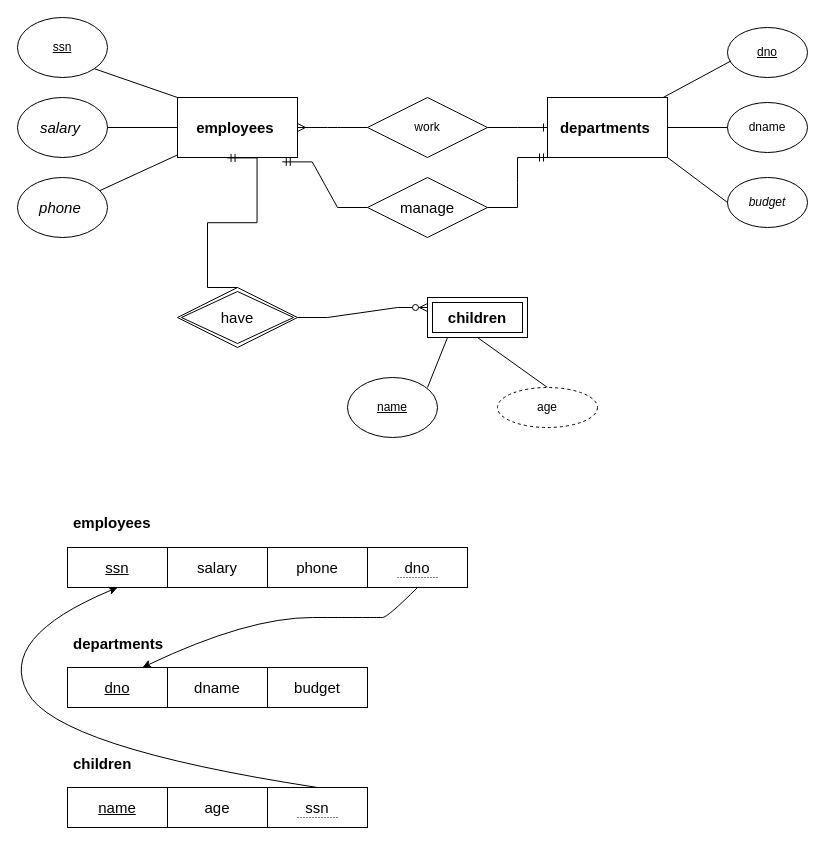
Before: page "ex1" (1 of 2) of Biểu đồ không có tiêu đề.drawio in giangcoiphp/covid19, a draw.io diagram. Source tidied: cells renumbered, new cells numbered last; positions are measured from the earlier drawing's top-left corner, leaving out a move shared by most shapes. Both pictures are drawn from the tidied source at 100%, with x=0, y=0 at pixel (-3, 17).
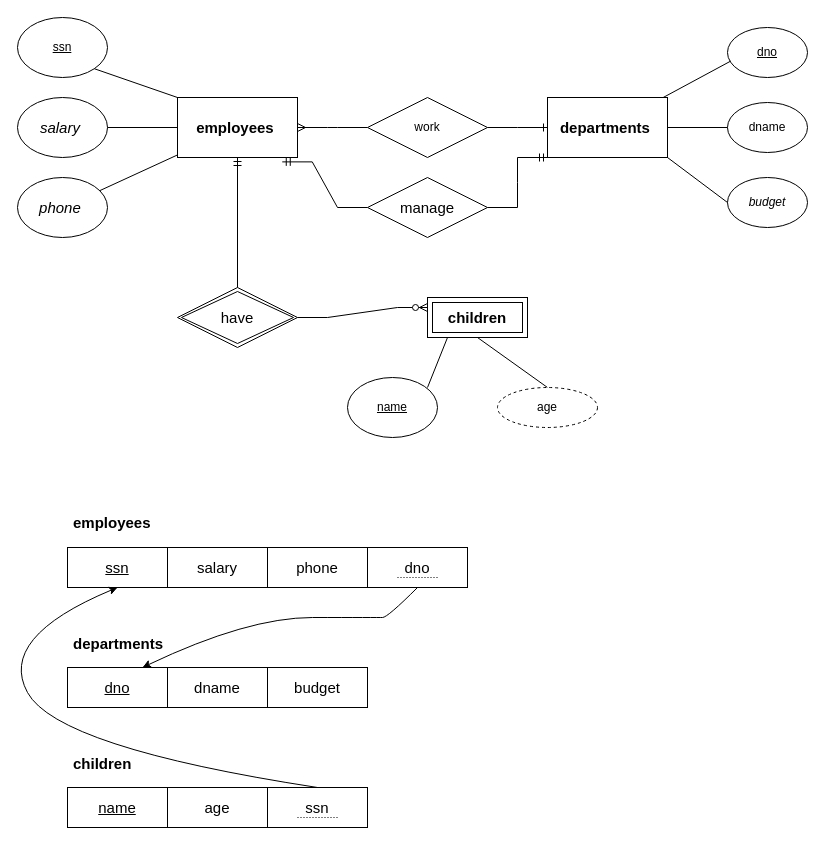
Above is the later version.

Commit message:
Cập nhật Biểu đồ không có tiêu đề.drawio

The change refers to these unchanged cells:
```xml
<mxCell id="2" value="&lt;span style=&quot;box-sizing: inherit; font-weight: 700; font-family: Muli, sans-serif; font-size: 15px; text-align: justify; background-color: rgb(255, 255, 255);&quot;&gt;employees&lt;/span&gt;&lt;span style=&quot;font-family: Muli, sans-serif; font-size: 15px; text-align: justify; background-color: rgb(255, 255, 255);&quot;&gt;&amp;nbsp;&lt;/span&gt;" style="rounded=0;whiteSpace=wrap;html=1;" parent="1" vertex="1">
  <mxGeometry x="180" y="80" width="120" height="60" as="geometry" />
</mxCell>
<mxCell id="25" value="have" style="shape=rhombus;double=1;perimeter=rhombusPerimeter;whiteSpace=wrap;html=1;align=center;fontSize=15;" parent="1" vertex="1">
  <mxGeometry x="180" y="270" width="120" height="60" as="geometry" />
</mxCell>
```

Diff of the diagram source:
```diff
@@
-    <mxCell id="26" style="edgeStyle=entityRelationEdgeStyle;fontSize=12;html=1;endArrow=ERmandOne;rounded=0;exitX=0.5;exitY=0;exitDx=0;exitDy=0;entryX=0.413;entryY=1.007;entryDx=0;entryDy=0;entryPerimeter=0;" parent="1" edge="1" source="25" target="2">
+    <mxCell id="26" style="fontSize=12;html=1;endArrow=ERmandOne;rounded=0;exitX=0.5;exitY=0;exitDx=0;exitDy=0;entryX=0.5;entryY=1;entryDx=0;entryDy=0;" parent="1" edge="1" source="25" target="2">
       <mxGeometry relative="1" as="geometry" />
     </mxCell>
```
